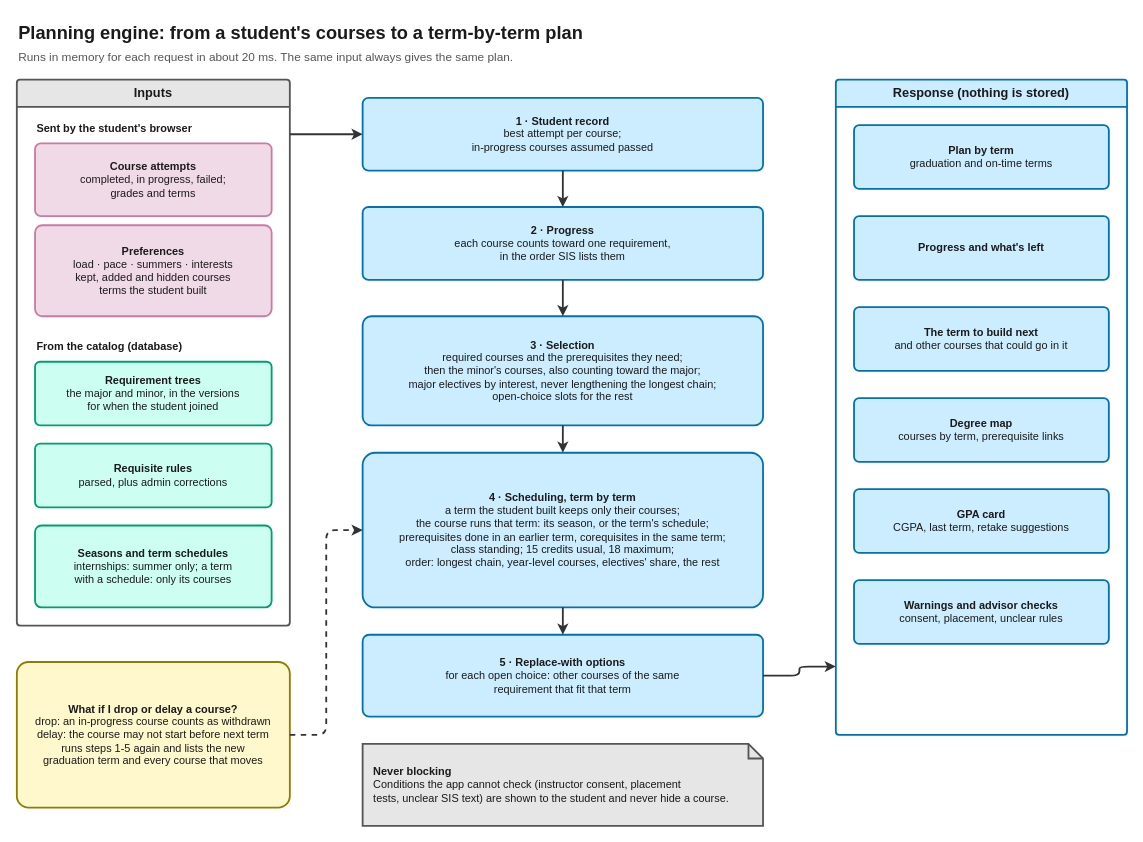
Earlier version of the draw.io diagram docs/diagrams/04-planning-engine.drawio (zaniixx/AUIB-Academic-Advisor). Source tidied: cells renumbered, new cells numbered last; positions are measured from the earlier drawing's top-left corner, leaving out a move shared by most shapes. Both pictures are drawn from the tidied source at 91%, with x=0, y=0 at pixel (16, 15).
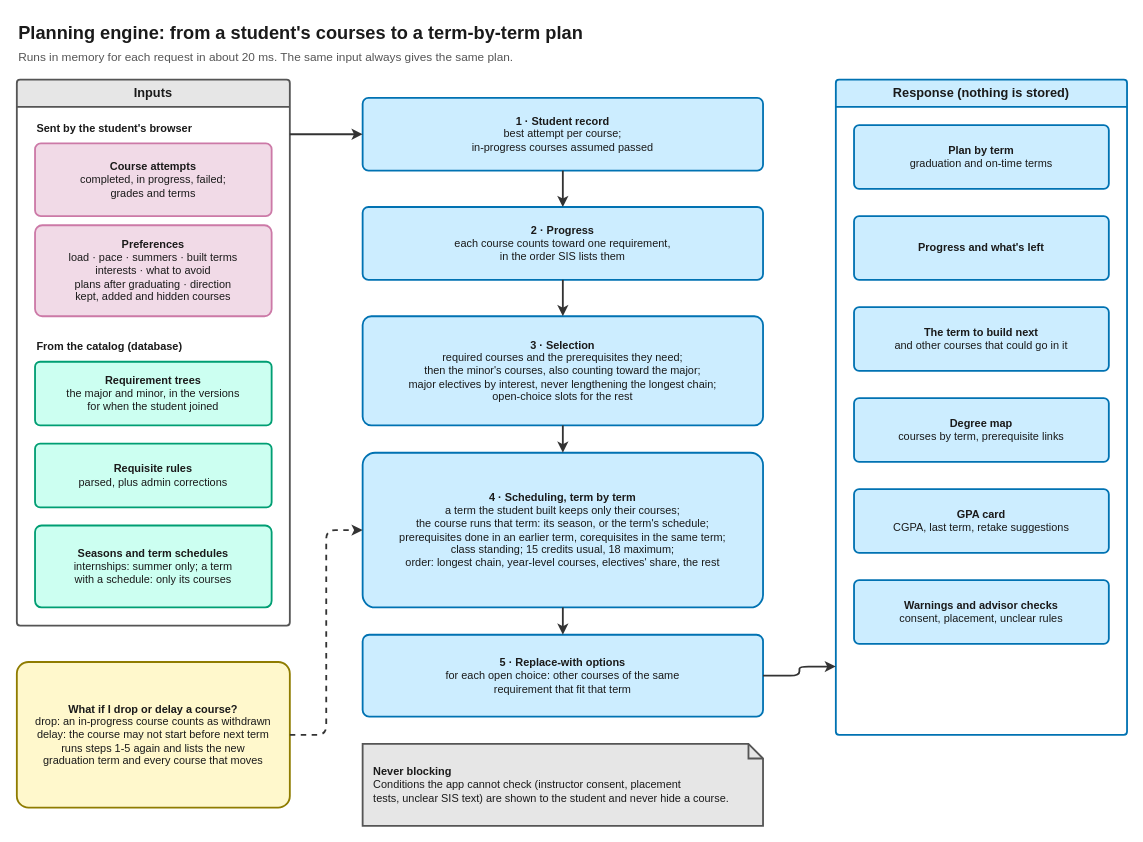
After the change.

Unchanged cells that the change refers to:
```xml
<mxCell id="3" value="Inputs" style="swimlane;startSize=30;html=1;whiteSpace=wrap;fillColor=#e6e6e6;strokeColor=#555555;swimlaneFillColor=#ffffff;fontColor=#1a1a1a;fontFamily=Helvetica;fontSize=14;fontStyle=1;strokeWidth=2;rounded=1;arcSize=4;" parent="1" vertex="1">
  <mxGeometry y="70" width="300" height="600" as="geometry" />
</mxCell>
```

Diff of the diagram source:
```diff
@@
-    <mxCell id="6" value="&lt;b&gt;Preferences&lt;/b&gt;&lt;br&gt;load · pace · summers · interests&lt;br&gt;kept, added and hidden courses&lt;br&gt;terms the student built" style="rounded=1;arcSize=8;whiteSpace=wrap;html=1;fillColor=#f1dae7;strokeColor=#cc79a7;fontColor=#1a1a1a;fontFamily=Helvetica;fontSize=12;strokeWidth=2;verticalAlign=middle;" parent="3" vertex="1">
+    <mxCell id="6" value="&lt;b&gt;Preferences&lt;/b&gt;&lt;br&gt;load · pace · summers · built terms&lt;br&gt;interests · what to avoid&lt;br&gt;plans after graduating · direction&lt;br&gt;kept, added and hidden courses" style="rounded=1;arcSize=8;whiteSpace=wrap;html=1;fillColor=#f1dae7;strokeColor=#cc79a7;fontColor=#1a1a1a;fontFamily=Helvetica;fontSize=12;strokeWidth=2;verticalAlign=middle;" parent="3" vertex="1">
       <mxGeometry x="20" y="160" width="260" height="100" as="geometry" />
     </mxCell>
```
